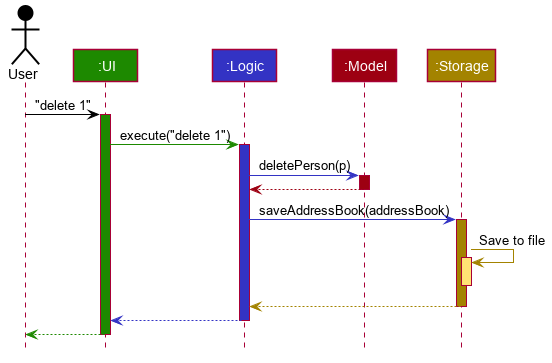
Above: docs/images/ArchitectureSequenceDiagram.png in wyt-sonia/main (PlantUML), before the change. Source of this version:
```plantuml
@startuml








skinparam BackgroundColor #FFFFFFF

skinparam Shadowing false

skinparam Class {
    FontColor #FFFFFF
    BorderThickness 1
    BorderColor #FFFFFF
    StereotypeFontColor #FFFFFF
    FontName Arial
}

skinparam Actor {
    BorderColor #000000
    Color #000000
    FontName Arial
}

skinparam Sequence {
    MessageAlign center
    BoxFontSize 15
    BoxPadding 0
    BoxFontColor #FFFFFF
    FontName Arial
}

skinparam Participant {
    FontColor #FFFFFFF
    Padding 20
}

skinparam MinClassWidth 50
skinparam ParticipantPadding 10
skinparam Shadowing false
skinparam DefaultTextAlignment center
skinparam packageStyle Rectangle

hide footbox
hide members
hide circle

Actor User as user #000000
Participant ":UI" as ui #1D8900
Participant ":Logic" as logic #3333C4
Participant ":Model" as model #9D0012
Participant ":Storage" as storage #A38300

user -[#000000]> ui : "delete 1"
activate ui #1D8900

ui -[#1D8900]> logic : execute("delete 1")
activate logic #3333C4

logic -[#3333C4]> model : deletePerson(p)
activate model #9D0012

model -[#9D0012]-> logic
deactivate model

logic -[#3333C4]> storage : saveAddressBook(addressBook)
activate storage #A38300

storage -[#A38300]> storage : Save to file
activate storage #FFE374
deactivate storage

storage --[#A38300]> logic
deactivate storage

logic --[#3333C4]> ui
deactivate logic

ui--[#1D8900]> user
deactivate ui
@enduml
```
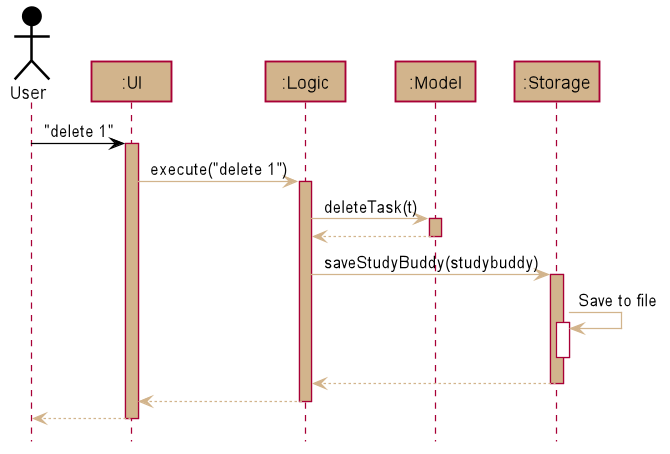
After the change.

The edit, as a diff of the source:
```diff
@@ -12,7 +12,7 @@
 skinparam Shadowing false
 
 skinparam Class {
-    FontColor #FFFFFF
+    FontColor #000000
     BorderThickness 1
     BorderColor #FFFFFF
     StereotypeFontColor #FFFFFF
@@ -29,12 +29,12 @@
     MessageAlign center
     BoxFontSize 15
     BoxPadding 0
-    BoxFontColor #FFFFFF
+    BoxFontColor #000000
     FontName Arial
 }
 
 skinparam Participant {
-    FontColor #FFFFFFF
+    FontColor #000000
     Padding 20
 }
 
@@ -49,36 +49,36 @@
 hide circle
 
 Actor User as user #000000
-Participant ":UI" as ui #1D8900
-Participant ":Logic" as logic #3333C4
-Participant ":Model" as model #9D0012
-Participant ":Storage" as storage #A38300
+Participant ":UI" as ui #D2B48C
+Participant ":Logic" as logic #D2B48C
+Participant ":Model" as model #D2B48C
+Participant ":Storage" as storage #D2B48C
 
 user -[#000000]> ui : "delete 1"
-activate ui #1D8900
+activate ui #D2B48C
 
-ui -[#1D8900]> logic : execute("delete 1")
-activate logic #3333C4
+ui -[#D2B48C]> logic : execute("delete 1")
+activate logic #D2B48C
 
-logic -[#3333C4]> model : deletePerson(p)
-activate model #9D0012
+logic -[#D2B48C]> model : deleteTask(t)
+activate model #D2B48C
 
-model -[#9D0012]-> logic
+model -[#D2B48C]-> logic
 deactivate model
 
-logic -[#3333C4]> storage : saveAddressBook(addressBook)
-activate storage #A38300
+logic -[#D2B48C]> storage : saveStudyBuddy(studybuddy)
+activate storage #D2B48C
 
-storage -[#A38300]> storage : Save to file
-activate storage #FFE374
+storage -[#D2B48C]> storage : Save to file
+activate storage #FFFFFF
 deactivate storage
 
-storage --[#A38300]> logic
+storage --[#D2B48C]> logic
 deactivate storage
 
-logic --[#3333C4]> ui
+logic --[#D2B48C]> ui
 deactivate logic
 
-ui--[#1D8900]> user
+ui--[#D2B48C]> user
 deactivate ui
 @enduml
```
